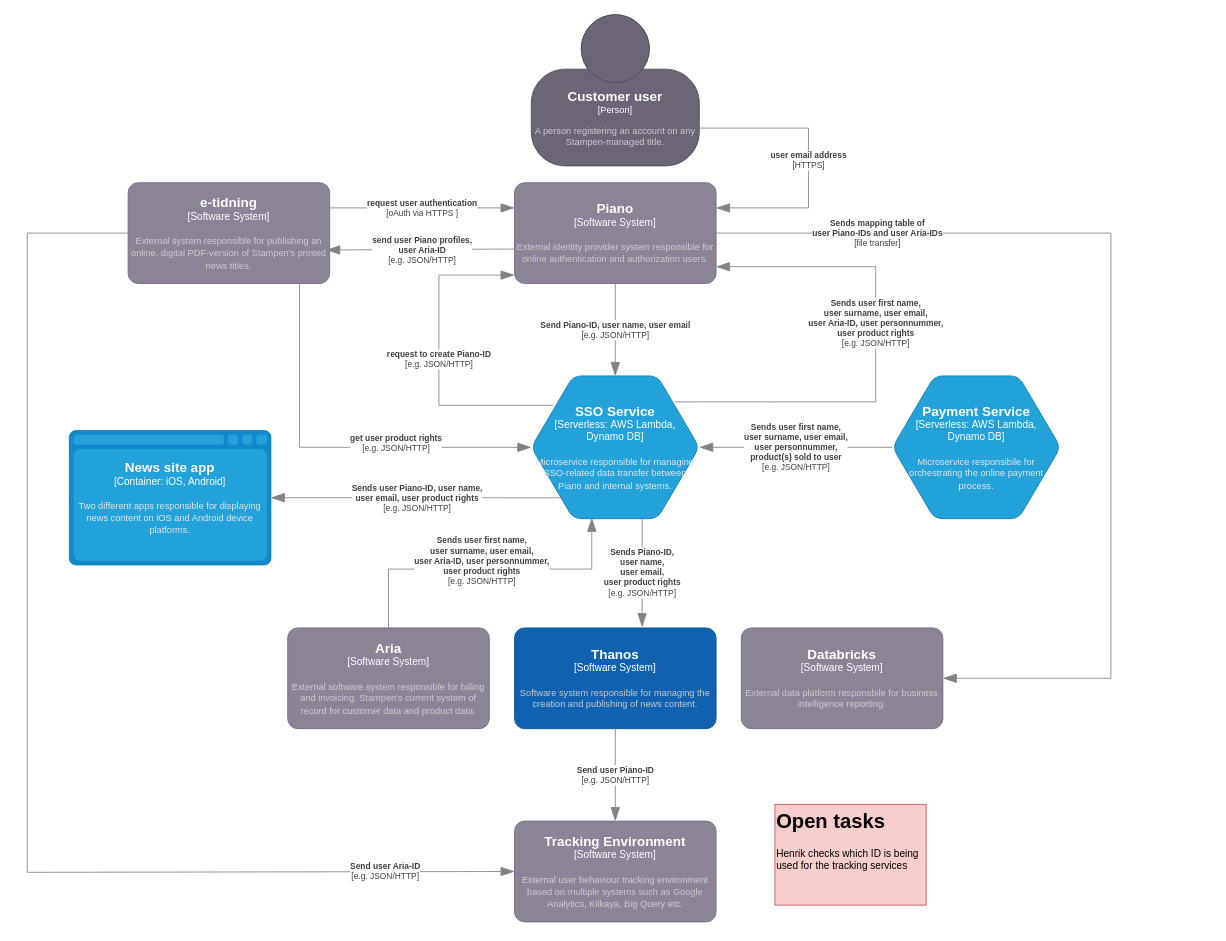
The draw.io diagram context diagram Piano & SSO Service.drawio in SLM-Development/diagrams, before the edit. Source tidied: cells renumbered, new cells numbered last; positions are measured from the earlier drawing's top-left corner, leaving out a move shared by most shapes. Both pictures are drawn from the tidied source at 84%, with x=0, y=0 at pixel (27, 14).
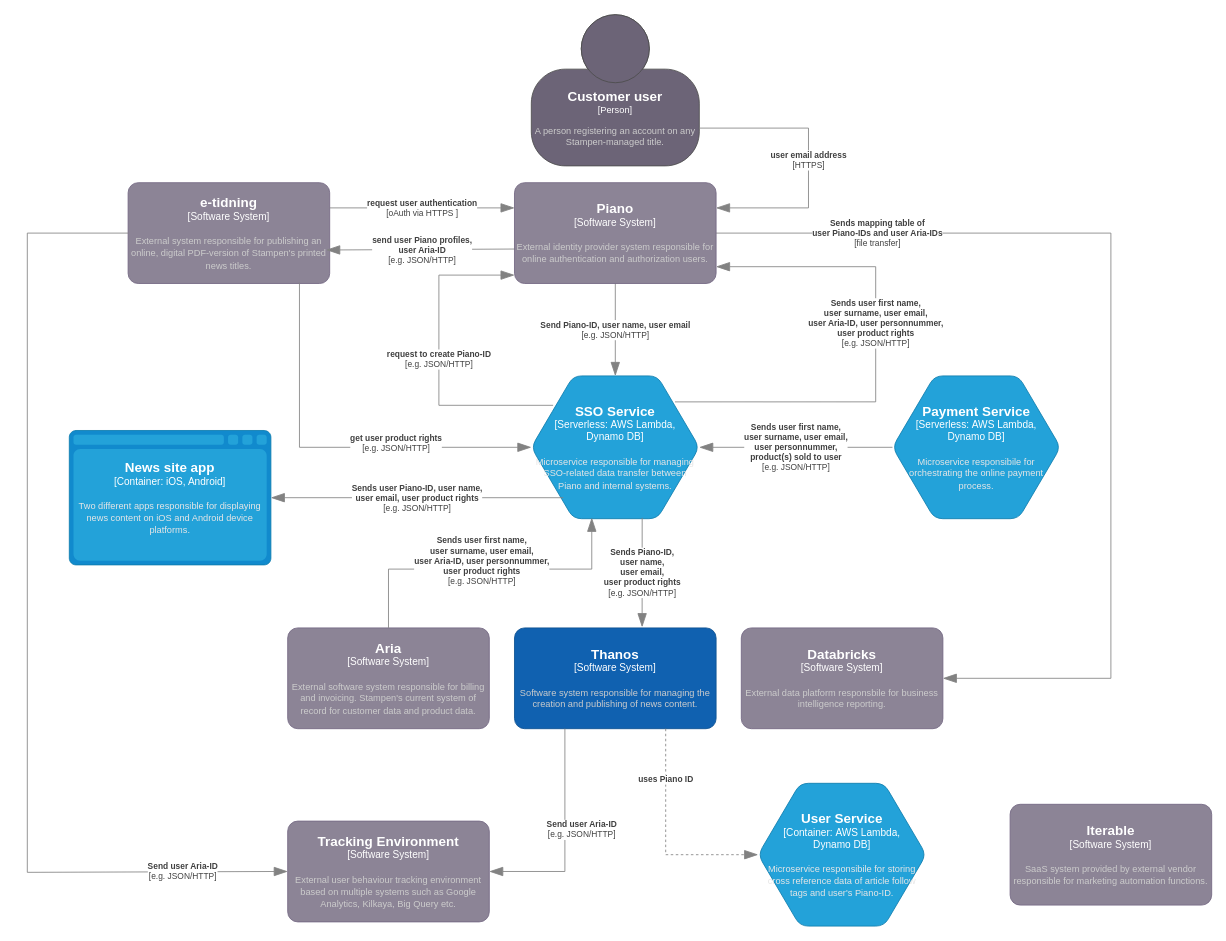
The same page after the edit.

The change refers to these unchanged cells:
```xml
<object id="3" label="&lt;font style=&quot;font-size: 16px&quot;&gt;&lt;b&gt;%c4Name%&lt;/b&gt;&lt;/font&gt;&lt;div&gt;[%c4Type%]&lt;/div&gt;&lt;br&gt;&lt;div&gt;&lt;font style=&quot;font-size: 11px&quot;&gt;&lt;font color=&quot;#cccccc&quot;&gt;%c4Description%&lt;/font&gt;&lt;/div&gt;" c4Description="Software system responsible for managing the creation and publishing of news content." c4Name="Thanos" c4Type="Software System" placeholders="1">
  <mxCell style="rounded=1;whiteSpace=wrap;html=1;labelBackgroundColor=none;fillColor=#1061B0;fontColor=#ffffff;align=center;arcSize=10;strokeColor=#0D5091;points=[[0.25,0,0],[0.5,0,0],[0.75,0,0],[1,0.25,0],[1,0.5,0],[1,0.75,0],[0.75,1,0],[0.5,1,0],[0.25,1,0],[0,0.75,0],[0,0.5,0],[0,0.25,0]];" parent="1" vertex="1">
    <mxGeometry x="580" y="730" width="240" height="120" as="geometry" />
  </mxCell>
</object>
```

Change to the diagram source:
```diff
@@
-    <object id="9" label="&lt;div style=&quot;text-align: left&quot;&gt;&lt;div style=&quot;text-align: center&quot;&gt;&lt;b&gt;%c4Description%&lt;/b&gt;&lt;/div&gt;&lt;div style=&quot;text-align: center&quot;&gt;[%c4Technology%]&lt;/div&gt;&lt;/div&gt;" c4Description="Send user Piano-ID" c4Technology="e.g. JSON/HTTP" placeholders="1">
-      <mxCell style="endArrow=blockThin;html=1;fontSize=10;fontColor=#404040;strokeWidth=1;endFill=1;strokeColor=#828282;elbow=vertical;endSize=14;startSize=14;jumpStyle=arc;jumpSize=16;rounded=0;edgeStyle=orthogonalEdgeStyle;entryX=0.5;entryY=0;entryDx=0;entryDy=0;entryPerimeter=0;" parent="1" edge="1" source="3" target="23">
-        <mxGeometry relative="1" as="geometry" />
+    <object id="9" label="&lt;div style=&quot;text-align: left&quot;&gt;&lt;div style=&quot;text-align: center&quot;&gt;&lt;b&gt;%c4Description%&lt;/b&gt;&lt;/div&gt;&lt;div style=&quot;text-align: center&quot;&gt;[%c4Technology%]&lt;/div&gt;&lt;/div&gt;" c4Description="Send user Aria-ID" c4Technology="e.g. JSON/HTTP" placeholders="1">
+      <mxCell style="endArrow=blockThin;html=1;fontSize=10;fontColor=#404040;strokeWidth=1;endFill=1;strokeColor=#828282;elbow=vertical;endSize=14;startSize=14;jumpStyle=arc;jumpSize=16;rounded=0;edgeStyle=orthogonalEdgeStyle;entryX=1;entryY=0.5;entryDx=0;entryDy=0;entryPerimeter=0;exitX=0.25;exitY=1;exitDx=0;exitDy=0;exitPerimeter=0;" parent="1" edge="1" source="3" target="23">
+        <mxGeometry x="-0.08" y="20" relative="1" as="geometry" />
       </mxCell>
     </object>
@@
-    <mxCell id="20" value="&lt;h1 style=&quot;margin-top: 0px;&quot;&gt;Open tasks&lt;/h1&gt;&lt;p&gt;Henrik checks which ID is being used for the tracking services&lt;br&gt;&lt;/p&gt;" style="text;html=1;whiteSpace=wrap;overflow=hidden;rounded=0;fillColor=#f8cecc;strokeColor=#b85450;" parent="1" vertex="1">
-      <mxGeometry x="890" y="940" width="180" height="120" as="geometry" />
-    </mxCell>
@@
     <object id="23" label="&lt;font style=&quot;font-size: 16px&quot;&gt;&lt;b&gt;%c4Name%&lt;/b&gt;&lt;/font&gt;&lt;div&gt;[%c4Type%]&lt;/div&gt;&lt;br&gt;&lt;div&gt;&lt;font style=&quot;font-size: 11px&quot;&gt;&lt;font color=&quot;#cccccc&quot;&gt;%c4Description%&lt;/font&gt;&lt;/div&gt;" c4Description="External user behaviour tracking environment based on multiple systems such as Google Analytics, Kilkaya, Big Query etc." c4Name="Tracking Environment" c4Type="Software System" placeholders="1">
       <mxCell style="rounded=1;whiteSpace=wrap;html=1;labelBackgroundColor=none;fillColor=#8C8496;fontColor=#ffffff;align=center;arcSize=10;strokeColor=#736782;points=[[0.25,0,0],[0.5,0,0],[0.75,0,0],[1,0.25,0],[1,0.5,0],[1,0.75,0],[0.75,1,0],[0.5,1,0],[0.25,1,0],[0,0.75,0],[0,0.5,0],[0,0.25,0]];" parent="1" vertex="1">
-        <mxGeometry x="580" y="960" width="240" height="120" as="geometry" />
+        <mxGeometry x="310" y="960" width="240" height="120" as="geometry" />
       </mxCell>
     </object>
@@
+    <object id="27" label="&lt;font style=&quot;font-size: 16px&quot;&gt;&lt;b&gt;%c4Name%&lt;/b&gt;&lt;/font&gt;&lt;div&gt;[%c4Type%:&amp;nbsp;%c4Technology%]&lt;/div&gt;&lt;br&gt;&lt;div&gt;&lt;font style=&quot;font-size: 11px&quot;&gt;&lt;font color=&quot;#E6E6E6&quot;&gt;%c4Description%&lt;/font&gt;&lt;/div&gt;" c4Description="Microservice responsibile for storing cross reference data of article follow tags and user's Piano-ID." c4Name="User Service" c4Technology="AWS Lambda, &#10;Dynamo DB" c4Type="Container" placeholders="1">
+      <mxCell style="shape=hexagon;size=50;perimeter=hexagonPerimeter2;whiteSpace=wrap;html=1;fixedSize=1;rounded=1;labelBackgroundColor=none;fillColor=#23A2D9;fontSize=12;fontColor=#ffffff;align=center;strokeColor=#0E7DAD;points=[[0.5,0,0],[1,0.25,0],[1,0.5,0],[1,0.75,0],[0.5,1,0],[0,0.75,0],[0,0.5,0],[0,0.25,0]];" parent="1" vertex="1">
+        <mxGeometry x="870" y="915" width="200" height="170" as="geometry" />
+      </mxCell>
+    </object>
+    <object id="28" label="&lt;div style=&quot;text-align: left&quot;&gt;&lt;div style=&quot;text-align: center&quot;&gt;&lt;b&gt;%c4Description%&lt;/b&gt;&lt;/div&gt;" c4Description="uses Piano ID" placeholders="1">
+      <mxCell style="endArrow=blockThin;html=1;fontSize=10;fontColor=#404040;strokeWidth=1;endFill=1;strokeColor=#828282;elbow=vertical;endSize=14;startSize=14;jumpStyle=arc;jumpSize=16;rounded=0;edgeStyle=orthogonalEdgeStyle;exitX=0.75;exitY=1;exitDx=0;exitDy=0;exitPerimeter=0;entryX=0;entryY=0.5;entryDx=0;entryDy=0;entryPerimeter=0;dashed=1;" parent="1" edge="1" source="3" target="27">
+        <mxGeometry x="-0.54" relative="1" as="geometry" />
+      </mxCell>
+    </object>
+    <object id="29" label="&lt;font style=&quot;font-size: 16px&quot;&gt;&lt;b&gt;%c4Name%&lt;/b&gt;&lt;/font&gt;&lt;div&gt;[%c4Type%]&lt;/div&gt;&lt;br&gt;&lt;div&gt;&lt;font style=&quot;font-size: 11px&quot;&gt;&lt;font color=&quot;#cccccc&quot;&gt;%c4Description%&lt;/font&gt;&lt;/div&gt;" c4Description="SaaS system provided by external vendor responsible for marketing automation functions." c4Name="Iterable" c4Type="Software System" placeholders="1">
+      <mxCell style="rounded=1;whiteSpace=wrap;html=1;labelBackgroundColor=none;fillColor=#8C8496;fontColor=#ffffff;align=center;arcSize=10;strokeColor=#736782;" parent="1" vertex="1">
+        <mxGeometry x="1170" y="940" width="240" height="120" as="geometry" />
+      </mxCell>
+    </object>
```
